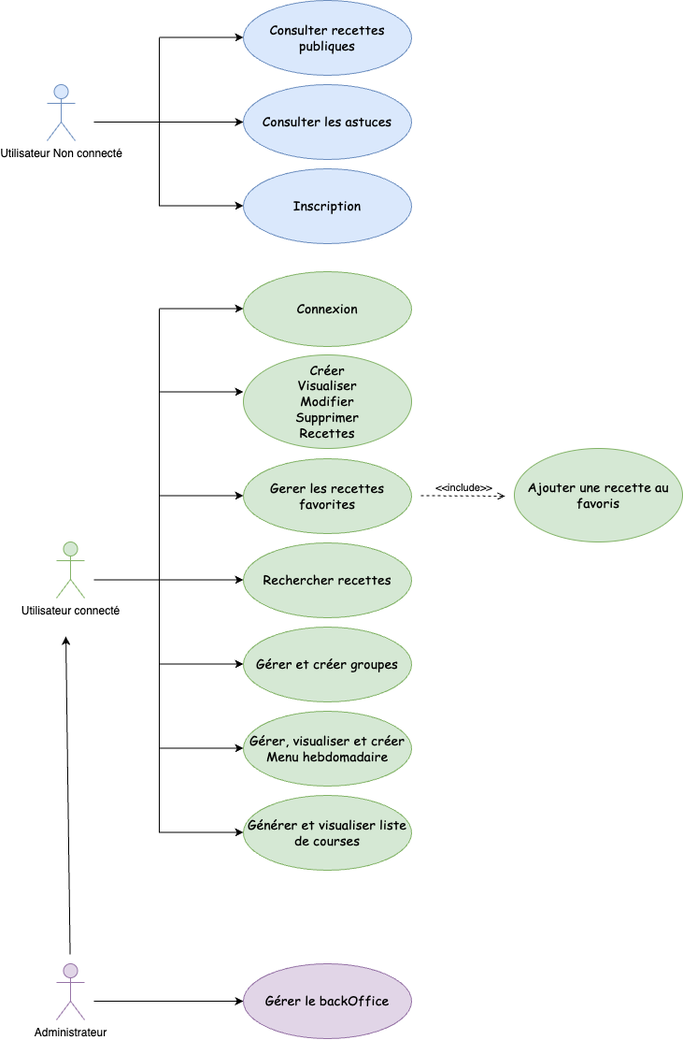
Matou34/Matou34 keeps this draw.io diagram as UseCaseMiamMalin.drawio.png. Above is the earlier version. Source tidied: cells renumbered, new cells last; positions are measured from the earlier drawing's top-left corner, leaving out a move shared by most shapes.
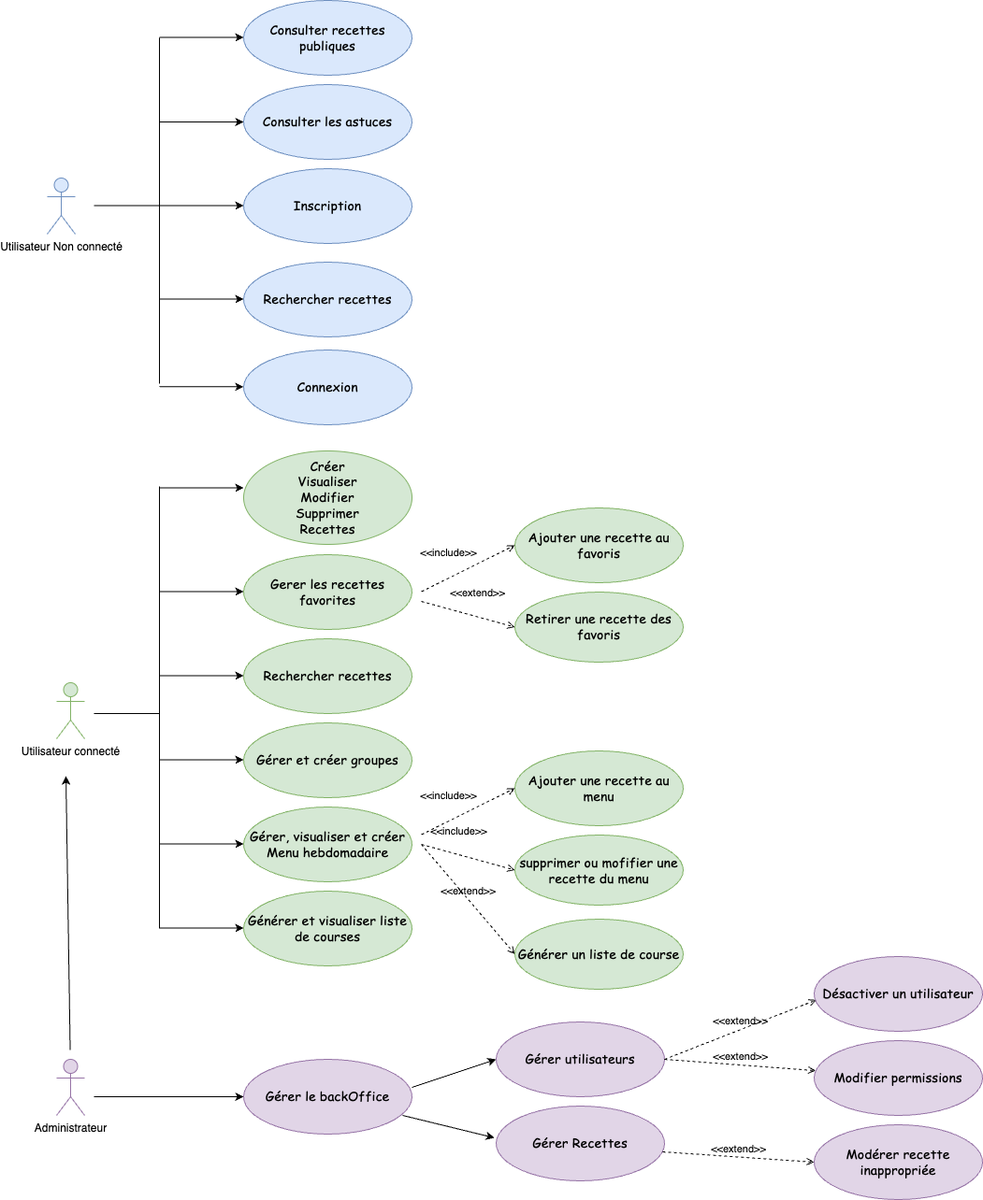
After the change.

Commit message:
Mettre à jour UseCaseMiamMalin.drawio.png

What changed in the source:
```diff
@@ -3,61 +3,61 @@
     <mxCell id="0" />
     <mxCell id="1" parent="0" />
     <mxCell id="2" value="Utilisateur Non connecté" style="shape=umlActor;verticalLabelPosition=bottom;verticalAlign=top;html=1;fillColor=#dae8fc;strokeColor=#6c8ebf;" parent="1" vertex="1">
-      <mxGeometry y="90" width="30" height="60" as="geometry" />
+      <mxGeometry y="87" width="30" height="60" as="geometry" />
     </mxCell>
     <mxCell id="3" value="Administrateur" style="shape=umlActor;verticalLabelPosition=bottom;verticalAlign=top;html=1;fillColor=#e1d5e7;strokeColor=#9673a6;" parent="1" vertex="1">
       <mxGeometry x="10" y="1030" width="30" height="60" as="geometry" />
     </mxCell>
     <mxCell id="4" value="Utilisateur connecté" style="shape=umlActor;verticalLabelPosition=bottom;verticalAlign=top;html=1;fillColor=#d5e8d4;strokeColor=#82b366;" parent="1" vertex="1">
-      <mxGeometry x="10" y="579" width="30" height="60" as="geometry" />
+      <mxGeometry x="10" y="627" width="30" height="60" as="geometry" />
     </mxCell>
     <mxCell id="5" style="endArrow=classic;html=1;rounded=0;" parent="1" edge="1">
       <mxGeometry relative="1" as="geometry">
-        <mxPoint x="120" y="130" as="sourcePoint" />
-        <mxPoint x="210" y="130" as="targetPoint" />
+        <mxPoint x="120" y="27" as="sourcePoint" />
+        <mxPoint x="210" y="27" as="targetPoint" />
       </mxGeometry>
     </mxCell>
     <mxCell id="6" value="&lt;font style=&quot;font-size: 14px;&quot; face=&quot;Comic Sans MS&quot;&gt;Consulter recettes publiques&lt;/font&gt;" style="ellipse;whiteSpace=wrap;html=1;fillColor=#dae8fc;strokeColor=#6c8ebf;" parent="1" vertex="1">
-      <mxGeometry x="210" width="180" height="80" as="geometry" />
+      <mxGeometry x="210" y="-103" width="180" height="80" as="geometry" />
     </mxCell>
     <mxCell id="7" value="&lt;font style=&quot;font-size: 14px;&quot; face=&quot;Comic Sans MS&quot;&gt;Consulter les astuces&lt;/font&gt;" style="ellipse;whiteSpace=wrap;html=1;fillColor=#dae8fc;strokeColor=#6c8ebf;" parent="1" vertex="1">
-      <mxGeometry x="210" y="90" width="180" height="80" as="geometry" />
+      <mxGeometry x="210" y="-13" width="180" height="80" as="geometry" />
     </mxCell>
     <mxCell id="8" style="endArrow=none;html=1;rounded=0;" parent="1" edge="1">
       <mxGeometry relative="1" as="geometry">
-        <mxPoint x="120" y="120" as="sourcePoint" />
-        <mxPoint x="120" y="40" as="targetPoint" />
+        <mxPoint x="120" y="17" as="sourcePoint" />
+        <mxPoint x="120" y="-63" as="targetPoint" />
       </mxGeometry>
     </mxCell>
     <mxCell id="9" style="endArrow=classic;html=1;rounded=0;" parent="1" edge="1">
       <mxGeometry relative="1" as="geometry">
-        <mxPoint x="120" y="39.5" as="sourcePoint" />
-        <mxPoint x="210" y="39.5" as="targetPoint" />
+        <mxPoint x="120" y="-63.5" as="sourcePoint" />
+        <mxPoint x="210" y="-63.5" as="targetPoint" />
       </mxGeometry>
     </mxCell>
     <mxCell id="10" value="&lt;div&gt;&lt;font face=&quot;Comic Sans MS&quot;&gt;&lt;span style=&quot;font-size: 14px;&quot;&gt;Ajouter une recette au favoris&lt;/span&gt;&lt;/font&gt;&lt;/div&gt;" style="ellipse;whiteSpace=wrap;html=1;fillColor=#d5e8d4;strokeColor=#82b366;" parent="1" vertex="1">
-      <mxGeometry x="500" y="479" width="180" height="100" as="geometry" />
+      <mxGeometry x="500" y="440" width="180" height="80" as="geometry" />
     </mxCell>
     <mxCell id="11" style="endArrow=none;html=1;rounded=0;" parent="1" edge="1">
       <mxGeometry relative="1" as="geometry">
-        <mxPoint x="120" y="220" as="sourcePoint" />
-        <mxPoint x="120" y="110" as="targetPoint" />
+        <mxPoint x="120" y="307" as="sourcePoint" />
+        <mxPoint x="120" y="7" as="targetPoint" />
       </mxGeometry>
     </mxCell>
     <mxCell id="12" style="endArrow=none;html=1;rounded=0;" parent="1" edge="1">
       <mxGeometry relative="1" as="geometry">
-        <mxPoint x="50" y="130" as="sourcePoint" />
-        <mxPoint x="120" y="130" as="targetPoint" />
+        <mxPoint x="50" y="116.4" as="sourcePoint" />
+        <mxPoint x="120" y="116.4" as="targetPoint" />
       </mxGeometry>
     </mxCell>
     <mxCell id="13" style="endArrow=classic;html=1;rounded=0;" parent="1" edge="1">
       <mxGeometry relative="1" as="geometry">
-        <mxPoint x="120" y="219.5" as="sourcePoint" />
-        <mxPoint x="210" y="219.5" as="targetPoint" />
+        <mxPoint x="120" y="116.5" as="sourcePoint" />
+        <mxPoint x="210" y="116.5" as="targetPoint" />
       </mxGeometry>
     </mxCell>
     <mxCell id="14" value="&lt;font style=&quot;font-size: 14px;&quot; face=&quot;Comic Sans MS&quot;&gt;Inscription&lt;/font&gt;" style="ellipse;whiteSpace=wrap;html=1;fillColor=#dae8fc;strokeColor=#6c8ebf;" parent="1" vertex="1">
-      <mxGeometry x="210" y="180" width="180" height="80" as="geometry" />
+      <mxGeometry x="210" y="77" width="180" height="80" as="geometry" />
     </mxCell>
     <mxCell id="15" style="endArrow=classic;html=1;rounded=0;" parent="1" edge="1">
       <mxGeometry relative="1" as="geometry">
@@ -65,28 +65,22 @@
         <mxPoint x="210" y="418.5" as="targetPoint" />
       </mxGeometry>
     </mxCell>
-    <mxCell id="16" style="endArrow=none;html=1;rounded=0;" parent="1" edge="1">
-      <mxGeometry relative="1" as="geometry">
-        <mxPoint x="120" y="399.5" as="sourcePoint" />
-        <mxPoint x="120" y="330" as="targetPoint" />
-      </mxGeometry>
-    </mxCell>
     <mxCell id="17" style="endArrow=classic;html=1;rounded=0;" parent="1" edge="1">
       <mxGeometry relative="1" as="geometry">
-        <mxPoint x="120" y="329.5" as="sourcePoint" />
-        <mxPoint x="210" y="329.5" as="targetPoint" />
+        <mxPoint x="120" y="310.4" as="sourcePoint" />
+        <mxPoint x="210" y="310.4" as="targetPoint" />
       </mxGeometry>
     </mxCell>
     <mxCell id="18" style="endArrow=none;html=1;rounded=0;" parent="1" edge="1">
       <mxGeometry relative="1" as="geometry">
         <mxPoint x="120" y="530" as="sourcePoint" />
-        <mxPoint x="120" y="389.5" as="targetPoint" />
+        <mxPoint x="120" y="417" as="targetPoint" />
       </mxGeometry>
     </mxCell>
     <mxCell id="19" style="endArrow=none;html=1;rounded=0;" parent="1" edge="1">
       <mxGeometry relative="1" as="geometry">
-        <mxPoint x="50" y="619.5" as="sourcePoint" />
-        <mxPoint x="120" y="619.5" as="targetPoint" />
+        <mxPoint x="50" y="660" as="sourcePoint" />
+        <mxPoint x="120" y="660" as="targetPoint" />
       </mxGeometry>
     </mxCell>
     <mxCell id="20" style="endArrow=classic;html=1;rounded=0;" parent="1" edge="1">
@@ -95,8 +89,8 @@
         <mxPoint x="210" y="529.5" as="targetPoint" />
       </mxGeometry>
     </mxCell>
-    <mxCell id="21" value="&lt;font style=&quot;font-size: 14px;&quot; face=&quot;Comic Sans MS&quot;&gt;Connexion&lt;/font&gt;" style="ellipse;whiteSpace=wrap;html=1;fillColor=#d5e8d4;strokeColor=#82b366;" parent="1" vertex="1">
-      <mxGeometry x="210" y="290" width="180" height="80" as="geometry" />
+    <mxCell id="21" value="&lt;font style=&quot;font-size: 14px;&quot; face=&quot;Comic Sans MS&quot;&gt;Connexion&lt;/font&gt;" style="ellipse;whiteSpace=wrap;html=1;fillColor=#dae8fc;strokeColor=#6c8ebf;" parent="1" vertex="1">
+      <mxGeometry x="210" y="271" width="180" height="80" as="geometry" />
     </mxCell>
     <mxCell id="22" value="&lt;font style=&quot;font-size: 14px;&quot; face=&quot;Comic Sans MS&quot;&gt;Créer&lt;/font&gt;&lt;div&gt;&lt;font face=&quot;Comic Sans MS&quot;&gt;&lt;span style=&quot;font-size: 14px;&quot;&gt;Visualiser&lt;/span&gt;&lt;/font&gt;&lt;/div&gt;&lt;div&gt;&lt;font face=&quot;Comic Sans MS&quot;&gt;&lt;span style=&quot;font-size: 14px;&quot;&gt;Modifier&lt;/span&gt;&lt;/font&gt;&lt;/div&gt;&lt;div&gt;&lt;font face=&quot;Comic Sans MS&quot;&gt;&lt;span style=&quot;font-size: 14px;&quot;&gt;Supprimer&lt;/span&gt;&lt;/font&gt;&lt;/div&gt;&lt;div&gt;&lt;font face=&quot;Comic Sans MS&quot;&gt;&lt;span style=&quot;font-size: 14px;&quot;&gt;Recettes&lt;/span&gt;&lt;/font&gt;&lt;/div&gt;" style="ellipse;whiteSpace=wrap;html=1;fillColor=#d5e8d4;strokeColor=#82b366;" parent="1" vertex="1">
       <mxGeometry x="210" y="379" width="180" height="100" as="geometry" />
@@ -104,10 +98,9 @@
     <mxCell id="23" value="&lt;font style=&quot;font-size: 14px;&quot; face=&quot;Comic Sans MS&quot;&gt;Gerer les recettes favorites&lt;/font&gt;" style="ellipse;whiteSpace=wrap;html=1;fillColor=#d5e8d4;strokeColor=#82b366;" parent="1" vertex="1">
       <mxGeometry x="210" y="490" width="180" height="80" as="geometry" />
     </mxCell>
-    <mxCell id="24" value="&amp;lt;&amp;lt;include&amp;gt;&amp;gt;" style="html=1;verticalAlign=bottom;labelBackgroundColor=none;endArrow=open;endFill=0;dashed=1;rounded=0;" parent="1" edge="1">
-      <mxGeometry relative="1" as="geometry">
+    <mxCell id="24" value="&amp;lt;&amp;lt;include&amp;gt;&amp;gt;" style="html=1;verticalAlign=bottom;labelBackgroundColor=none;endArrow=open;endFill=0;dashed=1;rounded=0;entryX=0;entryY=0.5;entryDx=0;entryDy=0;" parent="1" edge="1" target="10">
+      <mxGeometry x="-0.28" y="16" relative="1" as="geometry">
         <mxPoint x="400" y="529.5" as="sourcePoint" />
-        <mxPoint x="490" y="530" as="targetPoint" />
       </mxGeometry>
     </mxCell>
     <mxCell id="25" style="endArrow=none;html=1;rounded=0;" parent="1" edge="1">
@@ -170,8 +163,91 @@
     <mxCell id="37" style="endArrow=classic;html=1;rounded=0;" parent="1" edge="1">
       <mxGeometry relative="1" as="geometry">
         <mxPoint x="24.5" y="1020" as="sourcePoint" />
-        <mxPoint x="20" y="680" as="targetPoint" />
+        <mxPoint x="20" y="727" as="targetPoint" />
       </mxGeometry>
     </mxCell>
+    <mxCell id="38" style="endArrow=classic;html=1;rounded=0;" parent="1" edge="1">
+      <mxGeometry relative="1" as="geometry">
+        <mxPoint x="390" y="1060" as="sourcePoint" />
+        <mxPoint x="480" y="1030" as="targetPoint" />
+      </mxGeometry>
+    </mxCell>
+    <mxCell id="39" style="endArrow=classic;html=1;rounded=0;entryX=-0.011;entryY=0.424;entryDx=0;entryDy=0;entryPerimeter=0;" parent="1" edge="1" target="41">
+      <mxGeometry relative="1" as="geometry">
+        <mxPoint x="380" y="1090" as="sourcePoint" />
+      </mxGeometry>
+    </mxCell>
+    <mxCell id="40" value="&lt;font face=&quot;Comic Sans MS&quot;&gt;&lt;span style=&quot;font-size: 14px;&quot;&gt;Gérer utilisateurs&lt;/span&gt;&lt;/font&gt;" style="ellipse;whiteSpace=wrap;html=1;fillColor=#e1d5e7;strokeColor=#9673a6;" parent="1" vertex="1">
+      <mxGeometry x="480" y="990" width="180" height="80" as="geometry" />
+    </mxCell>
+    <mxCell id="41" value="&lt;font face=&quot;Comic Sans MS&quot;&gt;&lt;span style=&quot;font-size: 14px;&quot;&gt;Gérer Recettes&lt;/span&gt;&lt;/font&gt;" style="ellipse;whiteSpace=wrap;html=1;fillColor=#e1d5e7;strokeColor=#9673a6;" parent="1" vertex="1">
+      <mxGeometry x="480" y="1080" width="180" height="80" as="geometry" />
+    </mxCell>
+    <mxCell id="42" value="&amp;lt;&amp;lt;extend&amp;gt;&amp;gt;" style="html=1;verticalAlign=bottom;labelBackgroundColor=none;endArrow=open;endFill=0;dashed=1;rounded=0;" parent="1" edge="1">
+      <mxGeometry relative="1" as="geometry">
+        <mxPoint x="660" y="1030" as="sourcePoint" />
+        <mxPoint x="822.5" y="966.4" as="targetPoint" />
+      </mxGeometry>
+    </mxCell>
+    <mxCell id="43" value="&lt;font face=&quot;Comic Sans MS&quot;&gt;&lt;span style=&quot;font-size: 14px;&quot;&gt;Désactiver un utilisateur&lt;/span&gt;&lt;/font&gt;" style="ellipse;whiteSpace=wrap;html=1;fillColor=#e1d5e7;strokeColor=#9673a6;" parent="1" vertex="1">
+      <mxGeometry x="820" y="920" width="180" height="80" as="geometry" />
+    </mxCell>
+    <mxCell id="44" value="&amp;lt;&amp;lt;extend&amp;gt;&amp;gt;" style="html=1;verticalAlign=bottom;labelBackgroundColor=none;endArrow=open;endFill=0;dashed=1;rounded=0;entryX=0.009;entryY=0.401;entryDx=0;entryDy=0;entryPerimeter=0;" parent="1" edge="1" target="45">
+      <mxGeometry relative="1" as="geometry">
+        <mxPoint x="660" y="1030" as="sourcePoint" />
+      </mxGeometry>
+    </mxCell>
+    <mxCell id="45" value="&lt;font face=&quot;Comic Sans MS&quot;&gt;&lt;span style=&quot;font-size: 14px;&quot;&gt;Modifier permissions&lt;/span&gt;&lt;/font&gt;" style="ellipse;whiteSpace=wrap;html=1;fillColor=#e1d5e7;strokeColor=#9673a6;" parent="1" vertex="1">
+      <mxGeometry x="820" y="1010" width="180" height="80" as="geometry" />
+    </mxCell>
+    <mxCell id="46" value="&amp;lt;&amp;lt;extend&amp;gt;&amp;gt;" style="html=1;verticalAlign=bottom;labelBackgroundColor=none;endArrow=open;endFill=0;dashed=1;rounded=0;entryX=0;entryY=0.5;entryDx=0;entryDy=0;" parent="1" edge="1" target="47">
+      <mxGeometry relative="1" as="geometry">
+        <mxPoint x="658" y="1129" as="sourcePoint" />
+      </mxGeometry>
+    </mxCell>
+    <mxCell id="47" value="&lt;font face=&quot;Comic Sans MS&quot;&gt;&lt;span style=&quot;font-size: 14px;&quot;&gt;Modérer recette inappropriée&lt;/span&gt;&lt;/font&gt;" style="ellipse;whiteSpace=wrap;html=1;fillColor=#e1d5e7;strokeColor=#9673a6;" parent="1" vertex="1">
+      <mxGeometry x="820" y="1100" width="180" height="80" as="geometry" />
+    </mxCell>
+    <mxCell id="48" value="&lt;div&gt;&lt;font face=&quot;Comic Sans MS&quot;&gt;&lt;span style=&quot;font-size: 14px;&quot;&gt;Retirer une recette des favoris&lt;/span&gt;&lt;/font&gt;&lt;/div&gt;" style="ellipse;whiteSpace=wrap;html=1;fillColor=#d5e8d4;strokeColor=#82b366;" parent="1" vertex="1">
+      <mxGeometry x="500" y="530" width="180" height="75" as="geometry" />
+    </mxCell>
+    <mxCell id="49" value="&amp;lt;&amp;lt;extend&amp;gt;&amp;gt;" style="html=1;verticalAlign=bottom;labelBackgroundColor=none;endArrow=open;endFill=0;dashed=1;rounded=0;entryX=0;entryY=0.5;entryDx=0;entryDy=0;" parent="1" edge="1" target="48">
+      <mxGeometry x="0.12" y="16" relative="1" as="geometry">
+        <mxPoint x="400" y="540" as="sourcePoint" />
+      </mxGeometry>
+    </mxCell>
+    <mxCell id="50" value="&lt;div&gt;&lt;font face=&quot;Comic Sans MS&quot;&gt;&lt;span style=&quot;font-size: 14px;&quot;&gt;Ajouter une recette au menu&lt;/span&gt;&lt;/font&gt;&lt;/div&gt;" style="ellipse;whiteSpace=wrap;html=1;fillColor=#d5e8d4;strokeColor=#82b366;" parent="1" vertex="1">
+      <mxGeometry x="500" y="700" width="180" height="80" as="geometry" />
+    </mxCell>
+    <mxCell id="51" value="&amp;lt;&amp;lt;include&amp;gt;&amp;gt;" style="html=1;verticalAlign=bottom;labelBackgroundColor=none;endArrow=open;endFill=0;dashed=1;rounded=0;entryX=0;entryY=0.5;entryDx=0;entryDy=0;" parent="1" edge="1" target="50">
+      <mxGeometry x="-0.28" y="16" relative="1" as="geometry">
+        <mxPoint x="400" y="789.5" as="sourcePoint" />
+      </mxGeometry>
+    </mxCell>
+    <mxCell id="52" value="&lt;div&gt;&lt;font face=&quot;Comic Sans MS&quot;&gt;&lt;span style=&quot;font-size: 14px;&quot;&gt;supprimer ou mofifier une recette du menu&lt;/span&gt;&lt;/font&gt;&lt;/div&gt;" style="ellipse;whiteSpace=wrap;html=1;fillColor=#d5e8d4;strokeColor=#82b366;" parent="1" vertex="1">
+      <mxGeometry x="500" y="790" width="180" height="75" as="geometry" />
+    </mxCell>
+    <mxCell id="53" value="&amp;lt;&amp;lt;include&amp;gt;&amp;gt;" style="html=1;verticalAlign=bottom;labelBackgroundColor=none;endArrow=open;endFill=0;dashed=1;rounded=0;entryX=0;entryY=0.5;entryDx=0;entryDy=0;" parent="1" edge="1" target="52">
+      <mxGeometry x="-0.28" y="16" relative="1" as="geometry">
+        <mxPoint x="400" y="800" as="sourcePoint" />
+      </mxGeometry>
+    </mxCell>
+    <mxCell id="54" value="&amp;lt;&amp;lt;extend&amp;gt;&amp;gt;" style="html=1;verticalAlign=bottom;labelBackgroundColor=none;endArrow=open;endFill=0;dashed=1;rounded=0;entryX=0;entryY=0.5;entryDx=0;entryDy=0;" parent="1" edge="1" target="55">
+      <mxGeometry relative="1" as="geometry">
+        <mxPoint x="400" y="800" as="sourcePoint" />
+      </mxGeometry>
+    </mxCell>
+    <mxCell id="55" value="&lt;div&gt;&lt;font face=&quot;Comic Sans MS&quot;&gt;&lt;span style=&quot;font-size: 14px;&quot;&gt;Générer un liste de course&lt;/span&gt;&lt;/font&gt;&lt;/div&gt;" style="ellipse;whiteSpace=wrap;html=1;fillColor=#d5e8d4;strokeColor=#82b366;" parent="1" vertex="1">
+      <mxGeometry x="500" y="880" width="180" height="75" as="geometry" />
+    </mxCell>
+    <mxCell id="56" style="endArrow=classic;html=1;rounded=0;" parent="1" edge="1">
+      <mxGeometry relative="1" as="geometry">
+        <mxPoint x="120" y="216.5" as="sourcePoint" />
+        <mxPoint x="210" y="216.5" as="targetPoint" />
+      </mxGeometry>
+    </mxCell>
+    <mxCell id="57" value="&lt;font style=&quot;font-size: 14px;&quot; face=&quot;Comic Sans MS&quot;&gt;Rechercher recettes&lt;/font&gt;" style="ellipse;whiteSpace=wrap;html=1;fillColor=#dae8fc;strokeColor=#6c8ebf;" parent="1" vertex="1">
+      <mxGeometry x="210" y="177" width="180" height="80" as="geometry" />
+    </mxCell>
   </root>
 </mxGraphModel>
```
